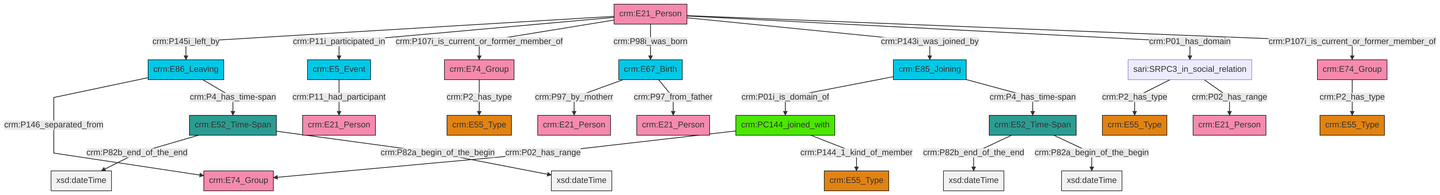
Earlier version of the Mermaid export et/personCSV/ttl/mmd/png/Person_Actor_Relations.png (swiss-art-research-net/docs.swissartresearch). Its source is kept beside it as et/personCSV/ttl/mmd/Person_Actor_Relations.ttl.mmd.
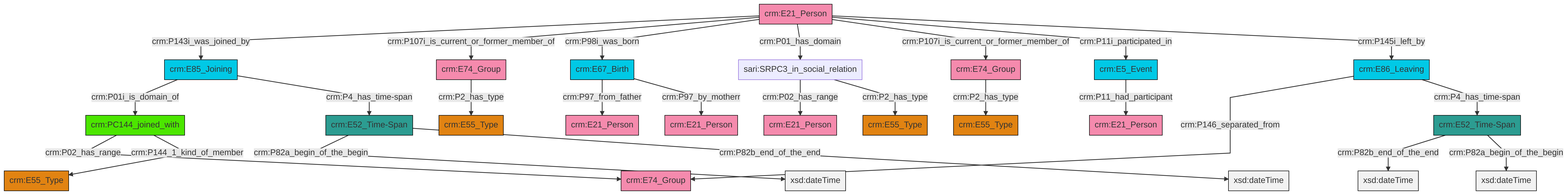
The same diagram one commit later.

Diff of the diagram source:
```diff
@@ -13,27 +13,27 @@
 classDef PC_Classes fill:#4ce600, stroke:#000000;
 classDef Multi fill:#cccccc,stroke:#000000;
 
-0["sari:SRPC3_in_social_relation"]:::Default -->|crm:P2_has_type| 1["crm:E55_Type"]:::Type
-4["crm:E74_Group"]:::Actor -->|crm:P2_has_type| 2["crm:E55_Type"]:::Type
-0["sari:SRPC3_in_social_relation"]:::Default -->|crm:P02_has_range| 5["crm:E21_Person"]:::Actor
-14["crm:E21_Person"]:::Actor -->|crm:P145i_left_by| 15["crm:E86_Leaving"]:::Temporal_Entity
-15["crm:E86_Leaving"]:::Temporal_Entity -->|crm:P146_separated_from| 16["crm:E74_Group"]:::Actor
-19["crm:E74_Group"]:::Actor -->|crm:P2_has_type| 8["crm:E55_Type"]:::Type
-22["crm:E67_Birth"]:::Temporal_Entity -->|crm:P97_by_motherr| 12["crm:E21_Person"]:::Actor
-14["crm:E21_Person"]:::Actor -->|crm:P11i_participated_in| 24["crm:E5_Event"]:::Temporal_Entity
-15["crm:E86_Leaving"]:::Temporal_Entity -->|crm:P4_has_time-span| 29["crm:E52_Time-Span"]:::Time-Span
-22["crm:E67_Birth"]:::Temporal_Entity -->|crm:P97_from_father| 6["crm:E21_Person"]:::Actor
-30["crm:E52_Time-Span"]:::Time-Span -->|crm:P82b_end_of_the_end| 31[xsd:dateTime]:::Literal
-25["crm:PC144_joined_with"]:::PC_Classes -->|crm:P02_has_range| 16["crm:E74_Group"]:::Actor
-30["crm:E52_Time-Span"]:::Time-Span -->|crm:P82a_begin_of_the_begin| 34[xsd:dateTime]:::Literal
-10["crm:E85_Joining"]:::Temporal_Entity -->|crm:P01i_is_domain_of| 25["crm:PC144_joined_with"]:::PC_Classes
-25["crm:PC144_joined_with"]:::PC_Classes -->|crm:P144_1_kind_of_member| 20["crm:E55_Type"]:::Type
-14["crm:E21_Person"]:::Actor -->|crm:P107i_is_current_or_former_member_of| 4["crm:E74_Group"]:::Actor
-29["crm:E52_Time-Span"]:::Time-Span -->|crm:P82b_end_of_the_end| 38[xsd:dateTime]:::Literal
-24["crm:E5_Event"]:::Temporal_Entity -->|crm:P11_had_participant| 39["crm:E21_Person"]:::Actor
-14["crm:E21_Person"]:::Actor -->|crm:P98i_was_born| 22["crm:E67_Birth"]:::Temporal_Entity
-14["crm:E21_Person"]:::Actor -->|crm:P143i_was_joined_by| 10["crm:E85_Joining"]:::Temporal_Entity
-29["crm:E52_Time-Span"]:::Time-Span -->|crm:P82a_begin_of_the_begin| 45[xsd:dateTime]:::Literal
-14["crm:E21_Person"]:::Actor -->|crm:P01_has_domain| 0["sari:SRPC3_in_social_relation"]:::Default
-14["crm:E21_Person"]:::Actor -->|crm:P107i_is_current_or_former_member_of| 19["crm:E74_Group"]:::Actor
-10["crm:E85_Joining"]:::Temporal_Entity -->|crm:P4_has_time-span| 30["crm:E52_Time-Span"]:::Time-Span
+0["crm:E86_Leaving"]:::Temporal_Entity -->|crm:P146_separated_from| 1["crm:E74_Group"]:::Actor
+2["sari:SRPC3_in_social_relation"]:::Default -->|crm:P02_has_range| 3["crm:E21_Person"]:::Actor
+6["crm:E21_Person"]:::Actor -->|crm:P143i_was_joined_by| 7["crm:E85_Joining"]:::Temporal_Entity
+8["crm:E74_Group"]:::Actor -->|crm:P2_has_type| 9["crm:E55_Type"]:::Type
+6["crm:E21_Person"]:::Actor -->|crm:P107i_is_current_or_former_member_of| 8["crm:E74_Group"]:::Actor
+6["crm:E21_Person"]:::Actor -->|crm:P98i_was_born| 16["crm:E67_Birth"]:::Temporal_Entity
+17["crm:E74_Group"]:::Actor -->|crm:P2_has_type| 14["crm:E55_Type"]:::Type
+7["crm:E85_Joining"]:::Temporal_Entity -->|crm:P01i_is_domain_of| 18["crm:PC144_joined_with"]:::PC_Classes
+18["crm:PC144_joined_with"]:::PC_Classes -->|crm:P02_has_range| 1["crm:E74_Group"]:::Actor
+16["crm:E67_Birth"]:::Temporal_Entity -->|crm:P97_from_father| 22["crm:E21_Person"]:::Actor
+6["crm:E21_Person"]:::Actor -->|crm:P01_has_domain| 2["sari:SRPC3_in_social_relation"]:::Default
+6["crm:E21_Person"]:::Actor -->|crm:P107i_is_current_or_former_member_of| 17["crm:E74_Group"]:::Actor
+16["crm:E67_Birth"]:::Temporal_Entity -->|crm:P97_by_motherr| 20["crm:E21_Person"]:::Actor
+24["crm:E52_Time-Span"]:::Time-Span -->|crm:P82a_begin_of_the_begin| 26[xsd:dateTime]:::Literal
+4["crm:E52_Time-Span"]:::Time-Span -->|crm:P82b_end_of_the_end| 30[xsd:dateTime]:::Literal
+18["crm:PC144_joined_with"]:::PC_Classes -->|crm:P144_1_kind_of_member| 10["crm:E55_Type"]:::Type
+12["crm:E5_Event"]:::Temporal_Entity -->|crm:P11_had_participant| 31["crm:E21_Person"]:::Actor
+24["crm:E52_Time-Span"]:::Time-Span -->|crm:P82b_end_of_the_end| 38[xsd:dateTime]:::Literal
+4["crm:E52_Time-Span"]:::Time-Span -->|crm:P82a_begin_of_the_begin| 39[xsd:dateTime]:::Literal
+2["sari:SRPC3_in_social_relation"]:::Default -->|crm:P2_has_type| 33["crm:E55_Type"]:::Type
+0["crm:E86_Leaving"]:::Temporal_Entity -->|crm:P4_has_time-span| 4["crm:E52_Time-Span"]:::Time-Span
+6["crm:E21_Person"]:::Actor -->|crm:P11i_participated_in| 12["crm:E5_Event"]:::Temporal_Entity
+6["crm:E21_Person"]:::Actor -->|crm:P145i_left_by| 0["crm:E86_Leaving"]:::Temporal_Entity
+7["crm:E85_Joining"]:::Temporal_Entity -->|crm:P4_has_time-span| 24["crm:E52_Time-Span"]:::Time-Span
```
